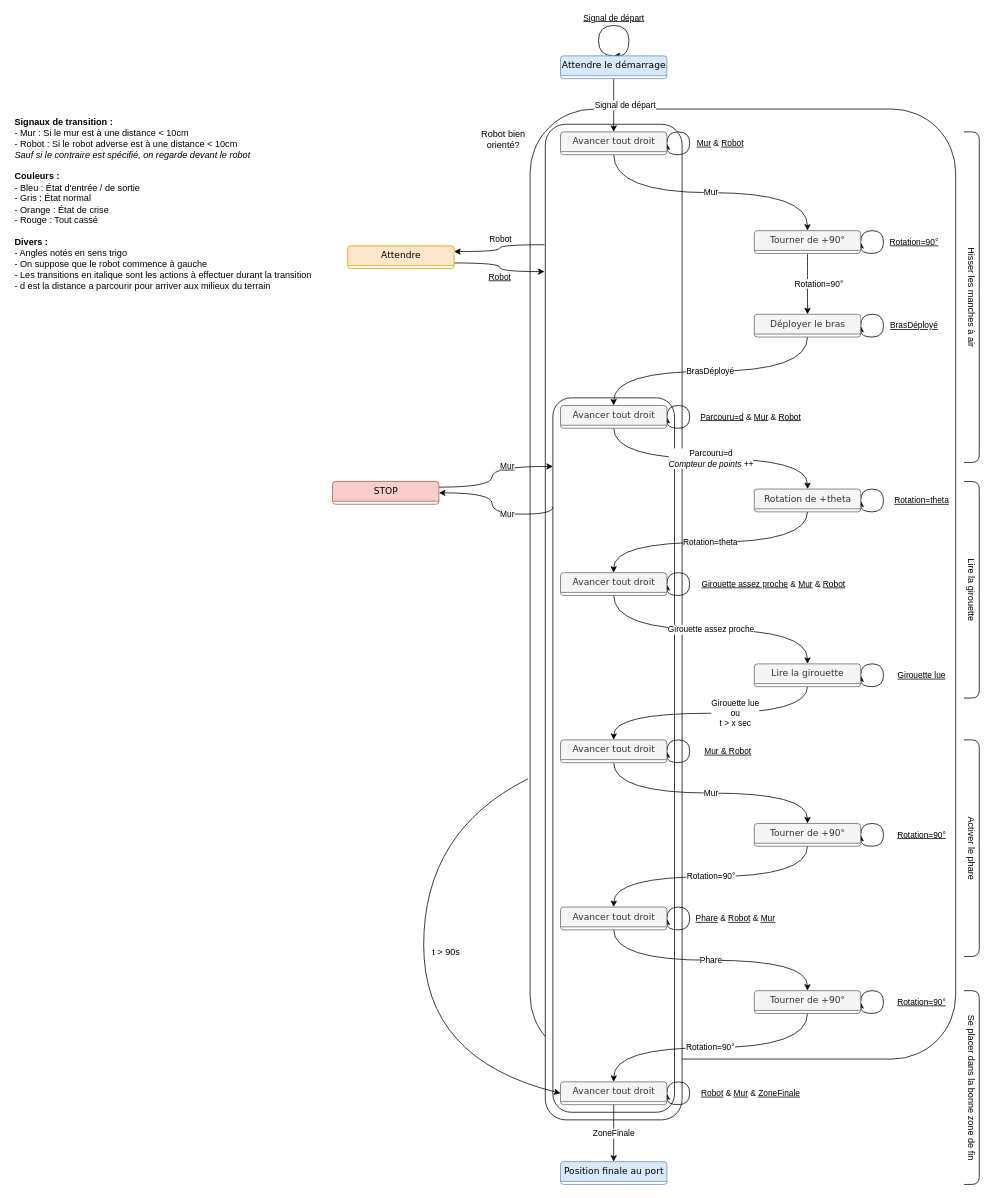
This is actions/FSM_detailed_HP.drawio from robotronik/cdfr2020Strategie, a draw.io file, before an edit. Source tidied: cells renumbered, new cells numbered last; positions are measured from the earlier drawing's top-left corner, leaving out a move shared by most shapes. Both pictures are drawn from the tidied source at 76%, with x=0, y=0 at pixel (13, 25).
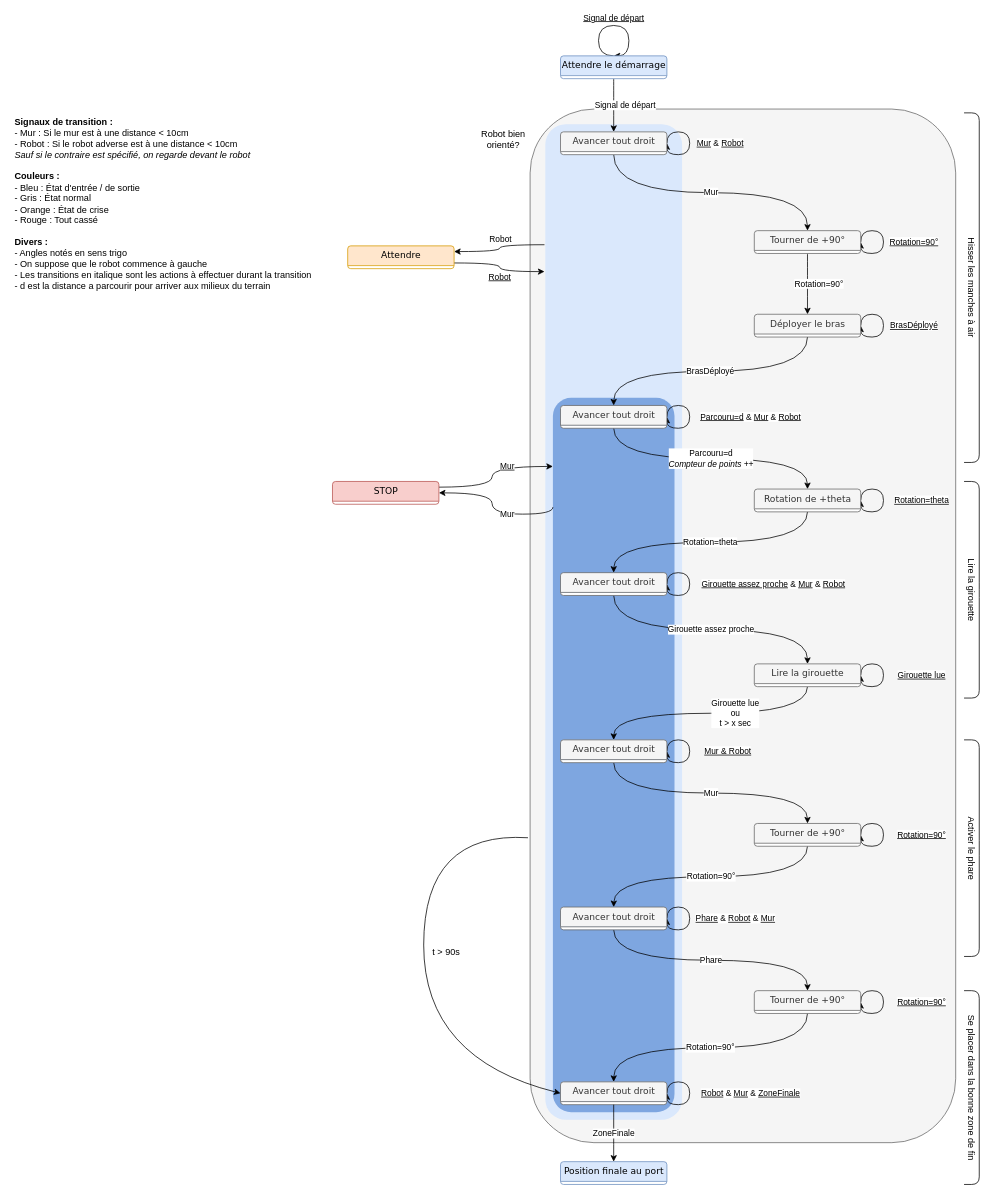
The same page after the edit.

Commit message (it also covers changes not shown here):
Ajout de couleurs

Diff of the diagram source:
```diff
@@
-    <mxCell id="2" style="rounded=1;whiteSpace=wrap;html=1;" parent="1" vertex="1">
-      <mxGeometry x="680" y="110" width="560" height="1250" as="geometry" />
+    <mxCell id="2" style="rounded=1;whiteSpace=wrap;html=1;fillColor=#f5f5f5;strokeColor=#666666;fontColor=#333333;" parent="1" vertex="1">
+      <mxGeometry x="680" y="110" width="560" height="1360" as="geometry" />
     </mxCell>
-    <mxCell id="3" style="rounded=1;whiteSpace=wrap;html=1;" parent="1" vertex="1">
+    <mxCell id="3" style="rounded=1;whiteSpace=wrap;html=1;fillColor=#dae8fc;strokeColor=none;" parent="1" vertex="1">
       <mxGeometry x="700" y="130" width="180" height="1310" as="geometry" />
     </mxCell>
-    <mxCell id="4" style="rounded=1;whiteSpace=wrap;html=1;" parent="1" vertex="1">
+    <mxCell id="4" style="rounded=1;whiteSpace=wrap;html=1;fillColor=#7EA6E0;strokeColor=none;" parent="1" vertex="1">
       <mxGeometry x="710" y="490" width="160" height="940" as="geometry" />
     </mxCell>
@@
     <mxCell id="51" value="Hisser les manches à air" style="shape=curlyBracket;whiteSpace=wrap;html=1;rounded=1;rotation=-180;size=0;horizontal=0;" parent="1" vertex="1">
-      <mxGeometry x="1251" y="140" width="20" height="435" as="geometry" />
+      <mxGeometry x="1251" y="115" width="20" height="460" as="geometry" />
     </mxCell>
```
